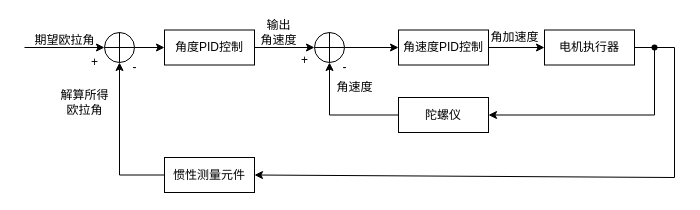
The draw.io diagram Untitled Diagram6.drawio in Thomas-Pynchon/Thomas-Pynchon.github.io, before the edit. Source tidied: cells renumbered, new cells numbered last; positions are measured from the earlier drawing's top-left corner, leaving out a move shared by most shapes. Both pictures are drawn from the tidied source at 100%, with x=0, y=0 at pixel (24, 17).
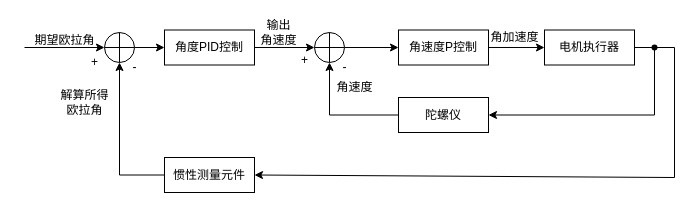
The same diagram, later.

Diff of the diagram source:
```diff
@@
-    <mxCell id="14" value="角速度PID控制" style="rounded=0;whiteSpace=wrap;html=1;" parent="1" vertex="1">
+    <mxCell id="14" value="角速度P控制" style="rounded=0;whiteSpace=wrap;html=1;" parent="1" vertex="1">
       <mxGeometry x="374" y="12.5" width="90" height="35" as="geometry" />
     </mxCell>
```
